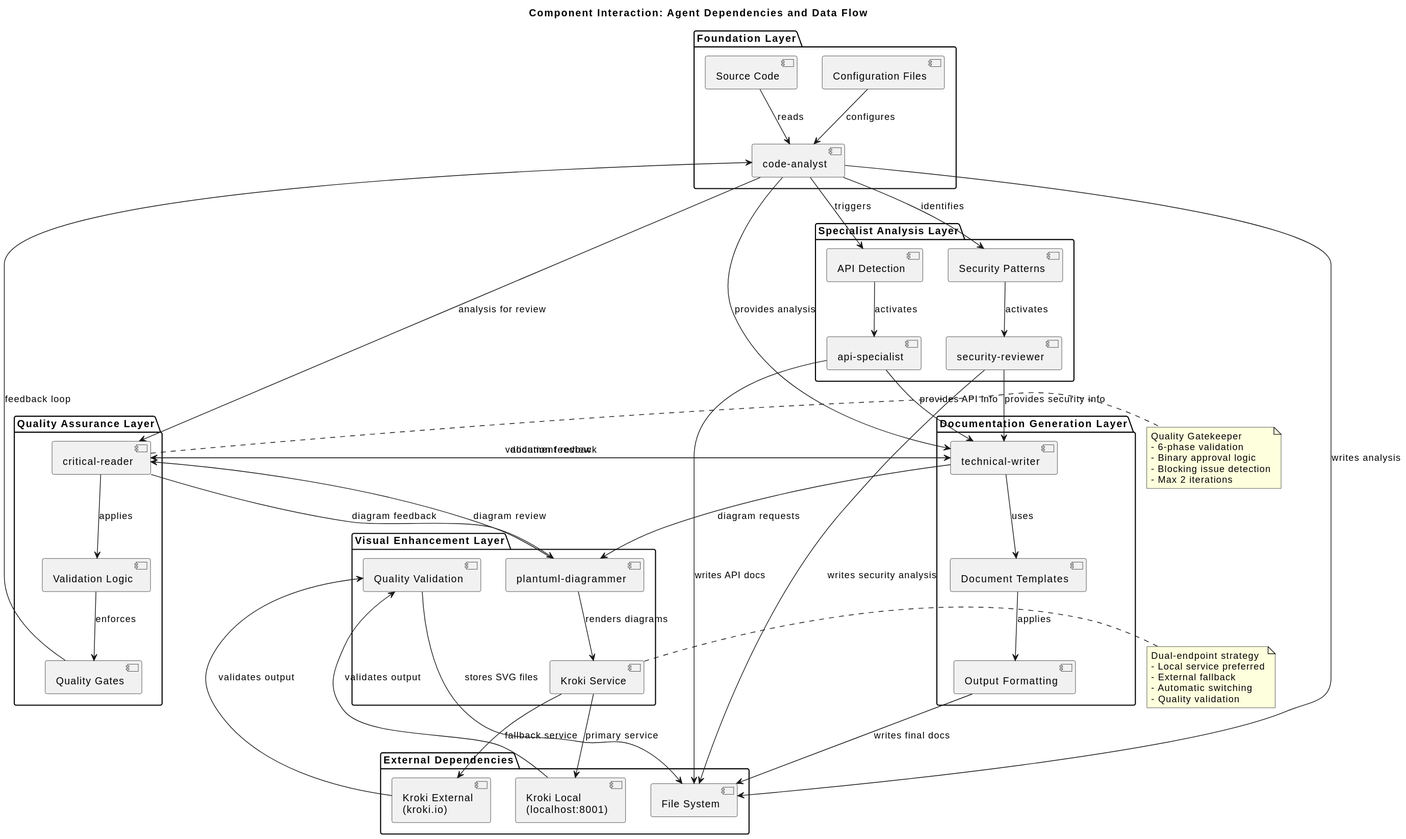
Above: docs/assets/component-interaction.svg in ssmirnovpro/claude-code-documentation-crew (PlantUML), before the change. Source of this version:
```plantuml
@startuml
title Component Interaction: Agent Dependencies and Data Flow

package "Foundation Layer" {
  component [code-analyst] as CodeAnalyst
  component [Configuration Files] as Config
  component [Source Code] as SourceCode
}

package "Quality Assurance Layer" {
  component [critical-reader] as CriticalReader
  component [Validation Logic] as ValidationLogic
  component [Quality Gates] as QualityGates
}

package "Specialist Analysis Layer" {
  component [api-specialist] as ApiSpecialist
  component [security-reviewer] as SecurityReviewer
  component [API Detection] as ApiDetection
  component [Security Patterns] as SecurityPatterns
}

package "Documentation Generation Layer" {
  component [technical-writer] as TechnicalWriter
  component [Document Templates] as DocTemplates
  component [Output Formatting] as OutputFormatting
}

package "Visual Enhancement Layer" {
  component [plantuml-diagrammer] as PlantUMLDiagrammer
  component [Kroki Service] as KrokiService
  component [Quality Validation] as DiagramQuality
}

package "External Dependencies" {
  cloud [Kroki Local\n(localhost:8001)] as KrokiLocal
  cloud [Kroki External\n(kroki.io)] as KrokiExternal
  database [File System] as FileSystem
}

SourceCode --> CodeAnalyst : reads
Config --> CodeAnalyst : configures
CodeAnalyst --> FileSystem : writes analysis

CodeAnalyst --> CriticalReader : analysis for review
CriticalReader --> ValidationLogic : applies
ValidationLogic --> QualityGates : enforces
QualityGates --> CodeAnalyst : feedback loop

CodeAnalyst --> ApiDetection : triggers
ApiDetection --> ApiSpecialist : activates
CodeAnalyst --> SecurityPatterns : identifies
SecurityPatterns --> SecurityReviewer : activates
ApiSpecialist --> FileSystem : writes API docs
SecurityReviewer --> FileSystem : writes security analysis

CodeAnalyst --> TechnicalWriter : provides analysis
ApiSpecialist --> TechnicalWriter : provides API info
SecurityReviewer --> TechnicalWriter : provides security info
TechnicalWriter --> DocTemplates : uses
DocTemplates --> OutputFormatting : applies
OutputFormatting --> FileSystem : writes final docs

TechnicalWriter --> CriticalReader : document review
CriticalReader --> TechnicalWriter : validation feedback

TechnicalWriter --> PlantUMLDiagrammer : diagram requests
PlantUMLDiagrammer --> KrokiService : renders diagrams
KrokiService --> KrokiLocal : primary service
KrokiService --> KrokiExternal : fallback service
KrokiLocal --> DiagramQuality : validates output
KrokiExternal --> DiagramQuality : validates output
DiagramQuality --> FileSystem : stores SVG files

PlantUMLDiagrammer --> CriticalReader : diagram review
CriticalReader --> PlantUMLDiagrammer : diagram feedback

note right of CriticalReader
  Quality Gatekeeper
  - 6-phase validation
  - Binary approval logic
  - Blocking issue detection
  - Max 2 iterations
end note

note right of KrokiService
  Dual-endpoint strategy
  - Local service preferred
  - External fallback
  - Automatic switching
  - Quality validation
end note
@enduml
```
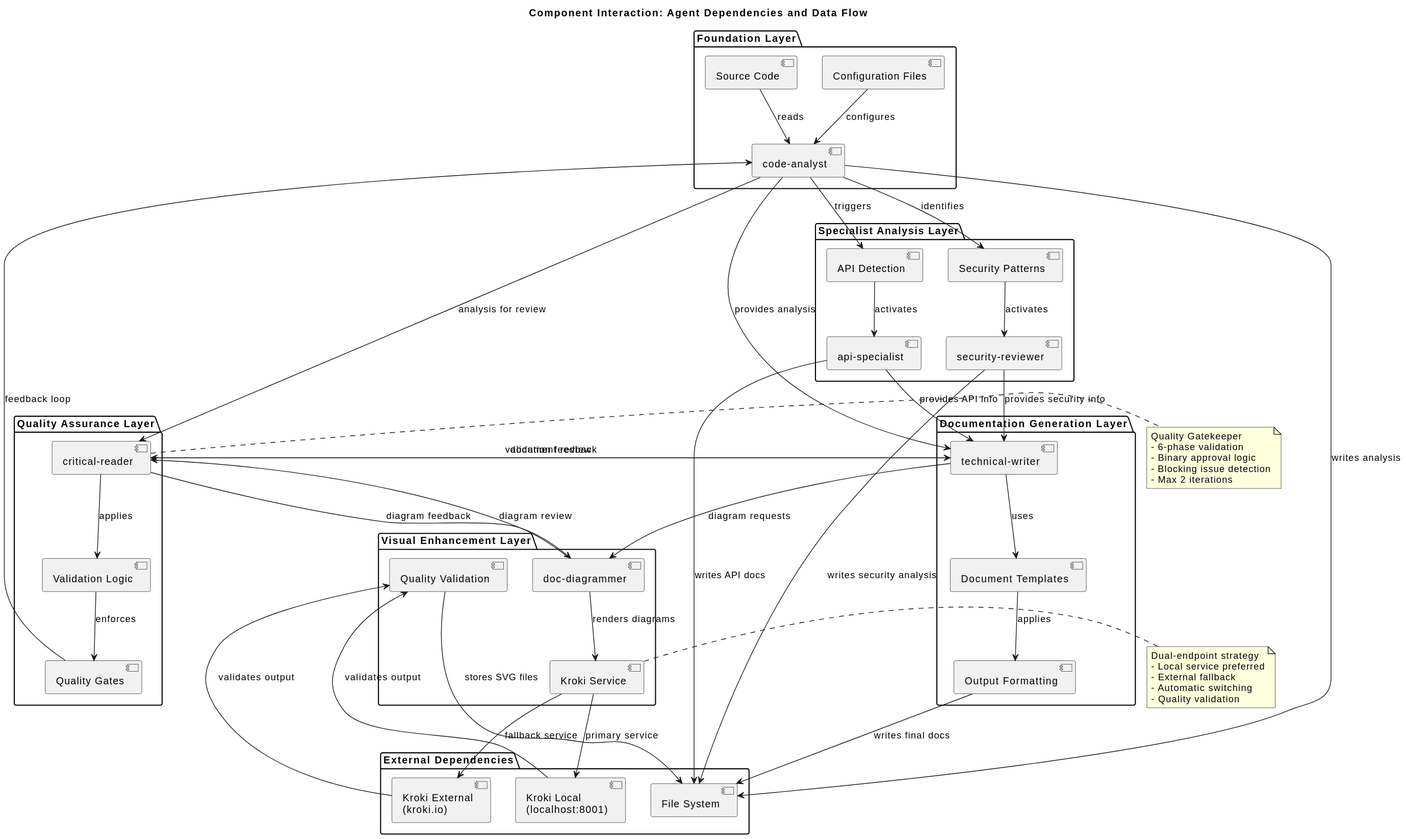
The same file after the commit.

What changed in the source:
```diff
@@ -27,7 +27,7 @@
 }
 
 package "Visual Enhancement Layer" {
-  component [plantuml-diagrammer] as PlantUMLDiagrammer
+  component [doc-diagrammer] as DocDiagrammer
   component [Kroki Service] as KrokiService
   component [Quality Validation] as DiagramQuality
 }
@@ -64,16 +64,16 @@
 TechnicalWriter --> CriticalReader : document review
 CriticalReader --> TechnicalWriter : validation feedback
 
-TechnicalWriter --> PlantUMLDiagrammer : diagram requests
-PlantUMLDiagrammer --> KrokiService : renders diagrams
+TechnicalWriter --> DocDiagrammer : diagram requests
+DocDiagrammer --> KrokiService : renders diagrams
 KrokiService --> KrokiLocal : primary service
 KrokiService --> KrokiExternal : fallback service
 KrokiLocal --> DiagramQuality : validates output
 KrokiExternal --> DiagramQuality : validates output
 DiagramQuality --> FileSystem : stores SVG files
 
-PlantUMLDiagrammer --> CriticalReader : diagram review
-CriticalReader --> PlantUMLDiagrammer : diagram feedback
+DocDiagrammer --> CriticalReader : diagram review
+CriticalReader --> DocDiagrammer : diagram feedback
 
 note right of CriticalReader
   Quality Gatekeeper
```
